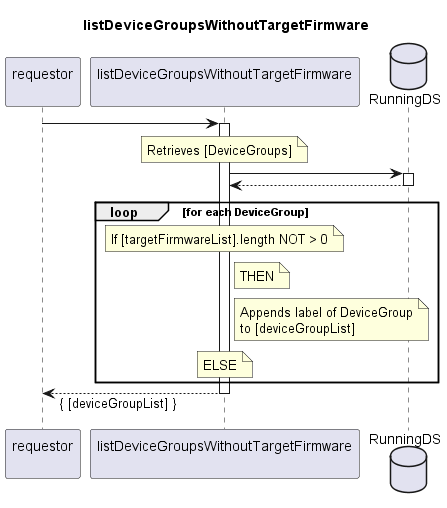
The PlantUML diagram spec/Services/listDeviceGroupsWithoutTargetFirmware/1.0.0/listDeviceGroupsWithoutTargetFirmware.png in openBackhaul/FirmWareManager, before a commit.
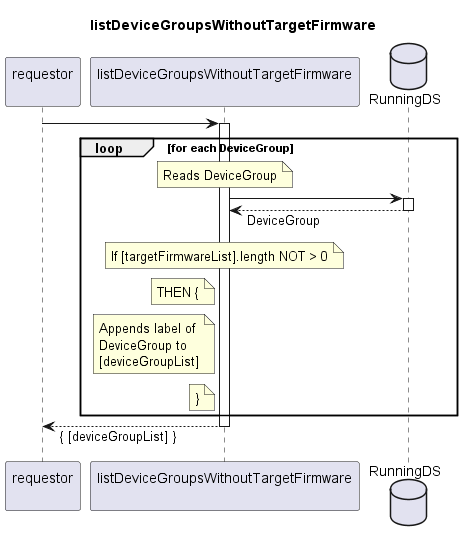
Later version of the same file.

Change to the diagram source:
```diff
@@ -12,27 +12,27 @@
 requestor -> indServ
 activate indServ
 
+  loop for each DeviceGroup
     note over indServ
-      Retrieves [DeviceGroups]
+      Reads DeviceGroup
     end note
     indServ -> RunDS
     activate RunDS
-    indServ <-- RunDS
+    indServ <-- RunDS: DeviceGroup
     deactivate RunDS
-
-  loop for each DeviceGroup
     note over indServ
       If [targetFirmwareList].length NOT > 0
     end note
-    note right indServ
-      THEN
+    note left indServ
+      THEN {
     end note
-    note right indServ
-      Appends label of DeviceGroup
-      to [deviceGroupList]
+    note left indServ
+      Appends label of
+      DeviceGroup to
+      [deviceGroupList]
     end note
-    note over indServ
-      ELSE
+    note left indServ
+      }
     end note
   end loop
 
```
